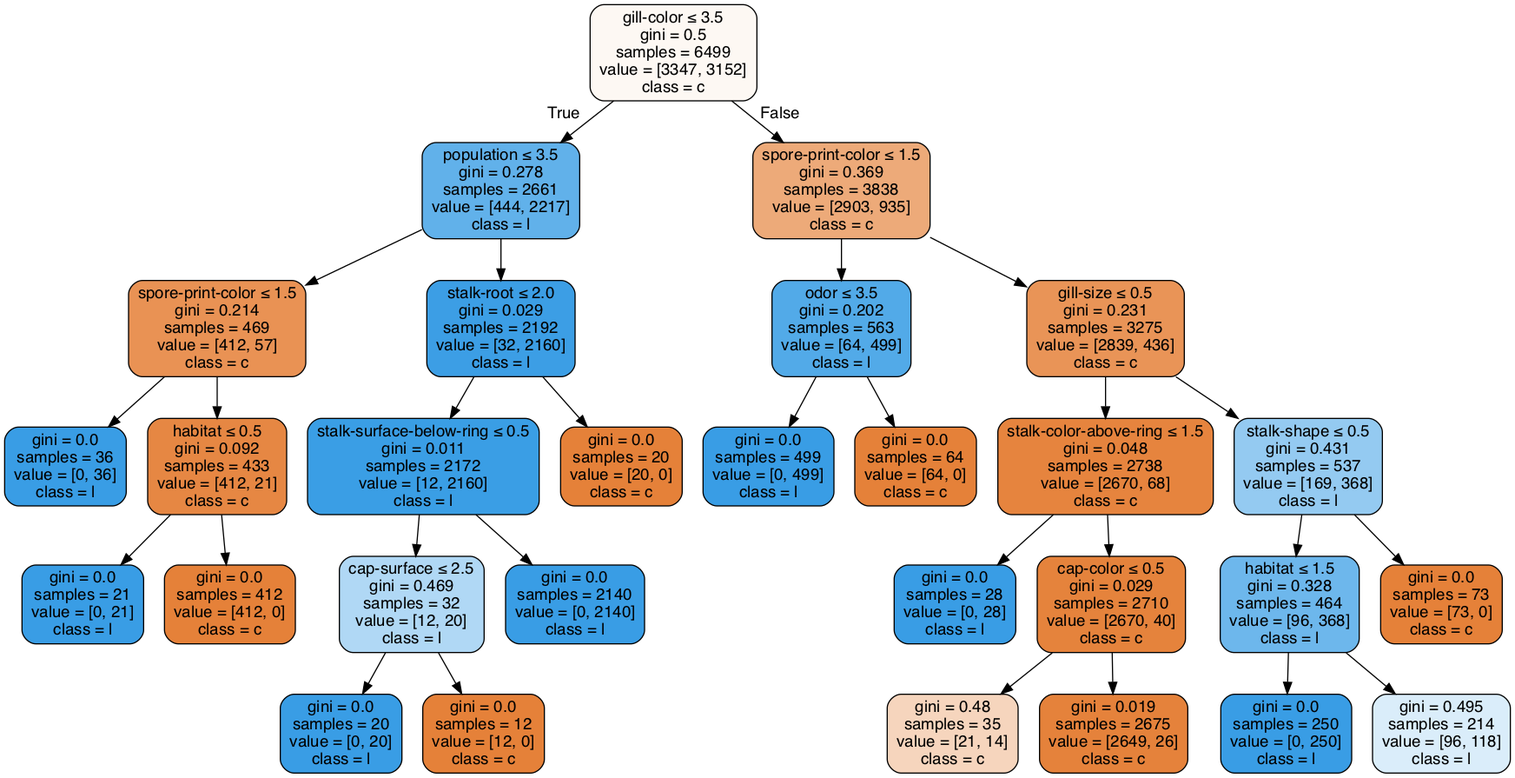
This is Lab02/clf-max-depth-5.gv.png from anhle199/Intro2AI-HCMUS, a Graphviz export, as it was before one commit. Its source is kept beside it as Lab02/clf-max-depth-5.gv.
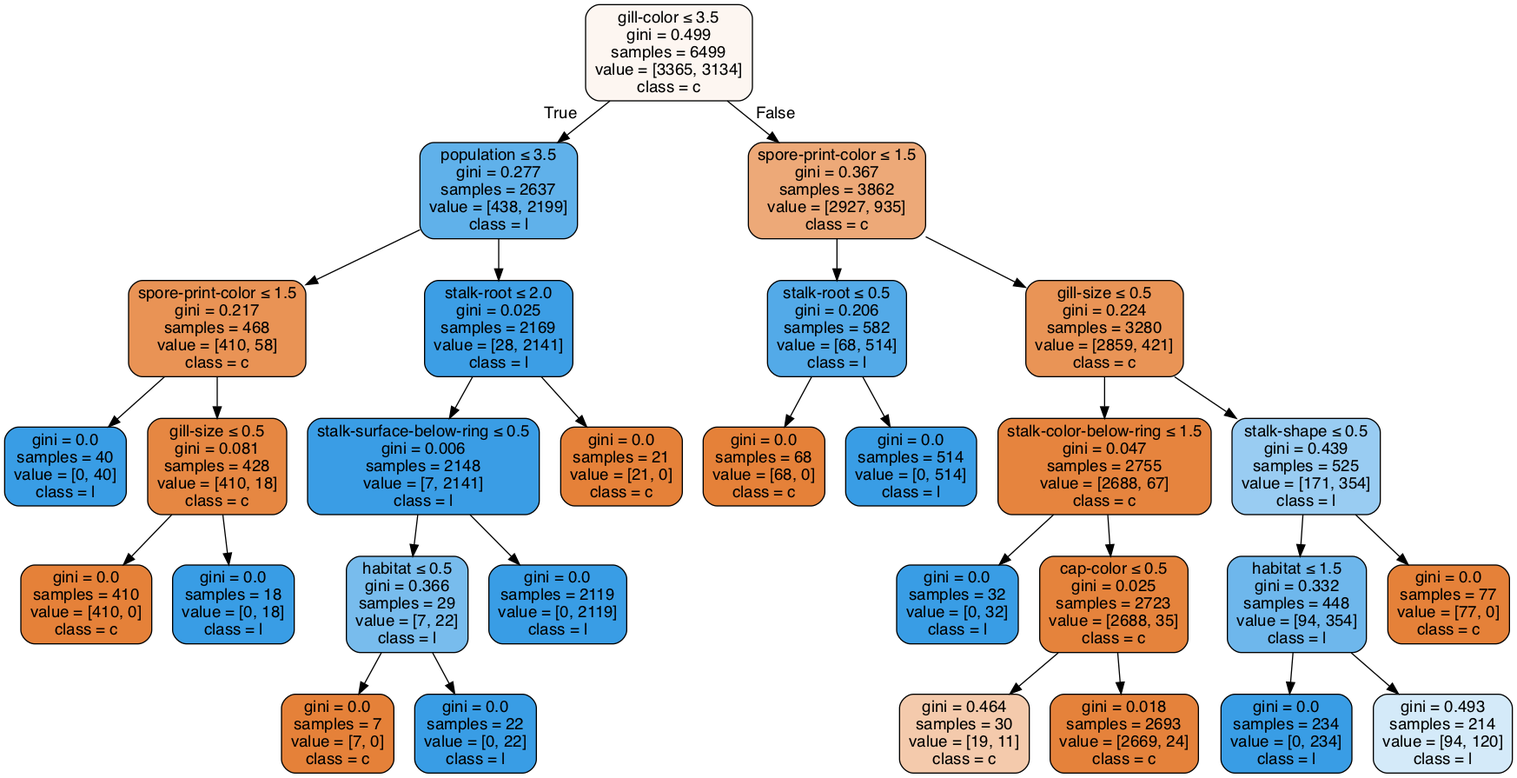
The same diagram one commit later.

The edit, as a diff of the source:
```diff
@@ -1,61 +1,61 @@
 digraph Tree {
 node [shape=box, style="filled, rounded", color="black", fontname=helvetica] ;
 edge [fontname=helvetica] ;
-0 [label=<gill-color &le; 3.5<br/>gini = 0.5<br/>samples = 6499<br/>value = [3347, 3152]<br/>class = c>, fillcolor="#fdf8f3"] ;
-1 [label=<population &le; 3.5<br/>gini = 0.278<br/>samples = 2661<br/>value = [444, 2217]<br/>class = l>, fillcolor="#61b1ea"] ;
+0 [label=<gill-color &le; 3.5<br/>gini = 0.499<br/>samples = 6499<br/>value = [3365, 3134]<br/>class = c>, fillcolor="#fdf6f1"] ;
+1 [label=<population &le; 3.5<br/>gini = 0.277<br/>samples = 2637<br/>value = [438, 2199]<br/>class = l>, fillcolor="#60b1ea"] ;
 0 -> 1 [labeldistance=2.5, labelangle=45, headlabel="True"] ;
-2 [label=<spore-print-color &le; 1.5<br/>gini = 0.214<br/>samples = 469<br/>value = [412, 57]<br/>class = c>, fillcolor="#e99254"] ;
+2 [label=<spore-print-color &le; 1.5<br/>gini = 0.217<br/>samples = 468<br/>value = [410, 58]<br/>class = c>, fillcolor="#e99355"] ;
 1 -> 2 ;
-3 [label=<gini = 0.0<br/>samples = 36<br/>value = [0, 36]<br/>class = l>, fillcolor="#399de5"] ;
+3 [label=<gini = 0.0<br/>samples = 40<br/>value = [0, 40]<br/>class = l>, fillcolor="#399de5"] ;
 2 -> 3 ;
-4 [label=<habitat &le; 0.5<br/>gini = 0.092<br/>samples = 433<br/>value = [412, 21]<br/>class = c>, fillcolor="#e68743"] ;
+4 [label=<gill-size &le; 0.5<br/>gini = 0.081<br/>samples = 428<br/>value = [410, 18]<br/>class = c>, fillcolor="#e68742"] ;
 2 -> 4 ;
-5 [label=<gini = 0.0<br/>samples = 21<br/>value = [0, 21]<br/>class = l>, fillcolor="#399de5"] ;
+5 [label=<gini = 0.0<br/>samples = 410<br/>value = [410, 0]<br/>class = c>, fillcolor="#e58139"] ;
 4 -> 5 ;
-6 [label=<gini = 0.0<br/>samples = 412<br/>value = [412, 0]<br/>class = c>, fillcolor="#e58139"] ;
+6 [label=<gini = 0.0<br/>samples = 18<br/>value = [0, 18]<br/>class = l>, fillcolor="#399de5"] ;
 4 -> 6 ;
-7 [label=<stalk-root &le; 2.0<br/>gini = 0.029<br/>samples = 2192<br/>value = [32, 2160]<br/>class = l>, fillcolor="#3c9ee5"] ;
+7 [label=<stalk-root &le; 2.0<br/>gini = 0.025<br/>samples = 2169<br/>value = [28, 2141]<br/>class = l>, fillcolor="#3c9ee5"] ;
 1 -> 7 ;
-8 [label=<stalk-surface-below-ring &le; 0.5<br/>gini = 0.011<br/>samples = 2172<br/>value = [12, 2160]<br/>class = l>, fillcolor="#3a9ee5"] ;
+8 [label=<stalk-surface-below-ring &le; 0.5<br/>gini = 0.006<br/>samples = 2148<br/>value = [7, 2141]<br/>class = l>, fillcolor="#3a9de5"] ;
 7 -> 8 ;
-9 [label=<cap-surface &le; 2.5<br/>gini = 0.469<br/>samples = 32<br/>value = [12, 20]<br/>class = l>, fillcolor="#b0d8f5"] ;
+9 [label=<habitat &le; 0.5<br/>gini = 0.366<br/>samples = 29<br/>value = [7, 22]<br/>class = l>, fillcolor="#78bced"] ;
 8 -> 9 ;
-10 [label=<gini = 0.0<br/>samples = 20<br/>value = [0, 20]<br/>class = l>, fillcolor="#399de5"] ;
+10 [label=<gini = 0.0<br/>samples = 7<br/>value = [7, 0]<br/>class = c>, fillcolor="#e58139"] ;
 9 -> 10 ;
-11 [label=<gini = 0.0<br/>samples = 12<br/>value = [12, 0]<br/>class = c>, fillcolor="#e58139"] ;
+11 [label=<gini = 0.0<br/>samples = 22<br/>value = [0, 22]<br/>class = l>, fillcolor="#399de5"] ;
 9 -> 11 ;
-12 [label=<gini = 0.0<br/>samples = 2140<br/>value = [0, 2140]<br/>class = l>, fillcolor="#399de5"] ;
+12 [label=<gini = 0.0<br/>samples = 2119<br/>value = [0, 2119]<br/>class = l>, fillcolor="#399de5"] ;
 8 -> 12 ;
-13 [label=<gini = 0.0<br/>samples = 20<br/>value = [20, 0]<br/>class = c>, fillcolor="#e58139"] ;
+13 [label=<gini = 0.0<br/>samples = 21<br/>value = [21, 0]<br/>class = c>, fillcolor="#e58139"] ;
 7 -> 13 ;
-14 [label=<spore-print-color &le; 1.5<br/>gini = 0.369<br/>samples = 3838<br/>value = [2903, 935]<br/>class = c>, fillcolor="#edaa79"] ;
+14 [label=<spore-print-color &le; 1.5<br/>gini = 0.367<br/>samples = 3862<br/>value = [2927, 935]<br/>class = c>, fillcolor="#eda978"] ;
 0 -> 14 [labeldistance=2.5, labelangle=-45, headlabel="False"] ;
-15 [label=<odor &le; 3.5<br/>gini = 0.202<br/>samples = 563<br/>value = [64, 499]<br/>class = l>, fillcolor="#52aae8"] ;
+15 [label=<stalk-root &le; 0.5<br/>gini = 0.206<br/>samples = 582<br/>value = [68, 514]<br/>class = l>, fillcolor="#53aae8"] ;
 14 -> 15 ;
-16 [label=<gini = 0.0<br/>samples = 499<br/>value = [0, 499]<br/>class = l>, fillcolor="#399de5"] ;
+16 [label=<gini = 0.0<br/>samples = 68<br/>value = [68, 0]<br/>class = c>, fillcolor="#e58139"] ;
 15 -> 16 ;
-17 [label=<gini = 0.0<br/>samples = 64<br/>value = [64, 0]<br/>class = c>, fillcolor="#e58139"] ;
+17 [label=<gini = 0.0<br/>samples = 514<br/>value = [0, 514]<br/>class = l>, fillcolor="#399de5"] ;
 15 -> 17 ;
-18 [label=<gill-size &le; 0.5<br/>gini = 0.231<br/>samples = 3275<br/>value = [2839, 436]<br/>class = c>, fillcolor="#e99457"] ;
+18 [label=<gill-size &le; 0.5<br/>gini = 0.224<br/>samples = 3280<br/>value = [2859, 421]<br/>class = c>, fillcolor="#e99456"] ;
 14 -> 18 ;
-19 [label=<stalk-color-above-ring &le; 1.5<br/>gini = 0.048<br/>samples = 2738<br/>value = [2670, 68]<br/>class = c>, fillcolor="#e6843e"] ;
+19 [label=<stalk-color-below-ring &le; 1.5<br/>gini = 0.047<br/>samples = 2755<br/>value = [2688, 67]<br/>class = c>, fillcolor="#e6843e"] ;
 18 -> 19 ;
-20 [label=<gini = 0.0<br/>samples = 28<br/>value = [0, 28]<br/>class = l>, fillcolor="#399de5"] ;
+20 [label=<gini = 0.0<br/>samples = 32<br/>value = [0, 32]<br/>class = l>, fillcolor="#399de5"] ;
 19 -> 20 ;
-21 [label=<cap-color &le; 0.5<br/>gini = 0.029<br/>samples = 2710<br/>value = [2670, 40]<br/>class = c>, fillcolor="#e5833c"] ;
+21 [label=<cap-color &le; 0.5<br/>gini = 0.025<br/>samples = 2723<br/>value = [2688, 35]<br/>class = c>, fillcolor="#e5833c"] ;
 19 -> 21 ;
-22 [label=<gini = 0.48<br/>samples = 35<br/>value = [21, 14]<br/>class = c>, fillcolor="#f6d5bd"] ;
+22 [label=<gini = 0.464<br/>samples = 30<br/>value = [19, 11]<br/>class = c>, fillcolor="#f4caac"] ;
 21 -> 22 ;
-23 [label=<gini = 0.019<br/>samples = 2675<br/>value = [2649, 26]<br/>class = c>, fillcolor="#e5823b"] ;
+23 [label=<gini = 0.018<br/>samples = 2693<br/>value = [2669, 24]<br/>class = c>, fillcolor="#e5823b"] ;
 21 -> 23 ;
-24 [label=<stalk-shape &le; 0.5<br/>gini = 0.431<br/>samples = 537<br/>value = [169, 368]<br/>class = l>, fillcolor="#94caf1"] ;
+24 [label=<stalk-shape &le; 0.5<br/>gini = 0.439<br/>samples = 525<br/>value = [171, 354]<br/>class = l>, fillcolor="#99ccf2"] ;
 18 -> 24 ;
-25 [label=<habitat &le; 1.5<br/>gini = 0.328<br/>samples = 464<br/>value = [96, 368]<br/>class = l>, fillcolor="#6db7ec"] ;
+25 [label=<habitat &le; 1.5<br/>gini = 0.332<br/>samples = 448<br/>value = [94, 354]<br/>class = l>, fillcolor="#6eb7ec"] ;
 24 -> 25 ;
-26 [label=<gini = 0.0<br/>samples = 250<br/>value = [0, 250]<br/>class = l>, fillcolor="#399de5"] ;
+26 [label=<gini = 0.0<br/>samples = 234<br/>value = [0, 234]<br/>class = l>, fillcolor="#399de5"] ;
 25 -> 26 ;
-27 [label=<gini = 0.495<br/>samples = 214<br/>value = [96, 118]<br/>class = l>, fillcolor="#daedfa"] ;
+27 [label=<gini = 0.493<br/>samples = 214<br/>value = [94, 120]<br/>class = l>, fillcolor="#d4eaf9"] ;
 25 -> 27 ;
-28 [label=<gini = 0.0<br/>samples = 73<br/>value = [73, 0]<br/>class = c>, fillcolor="#e58139"] ;
+28 [label=<gini = 0.0<br/>samples = 77<br/>value = [77, 0]<br/>class = c>, fillcolor="#e58139"] ;
 24 -> 28 ;
 }
```
